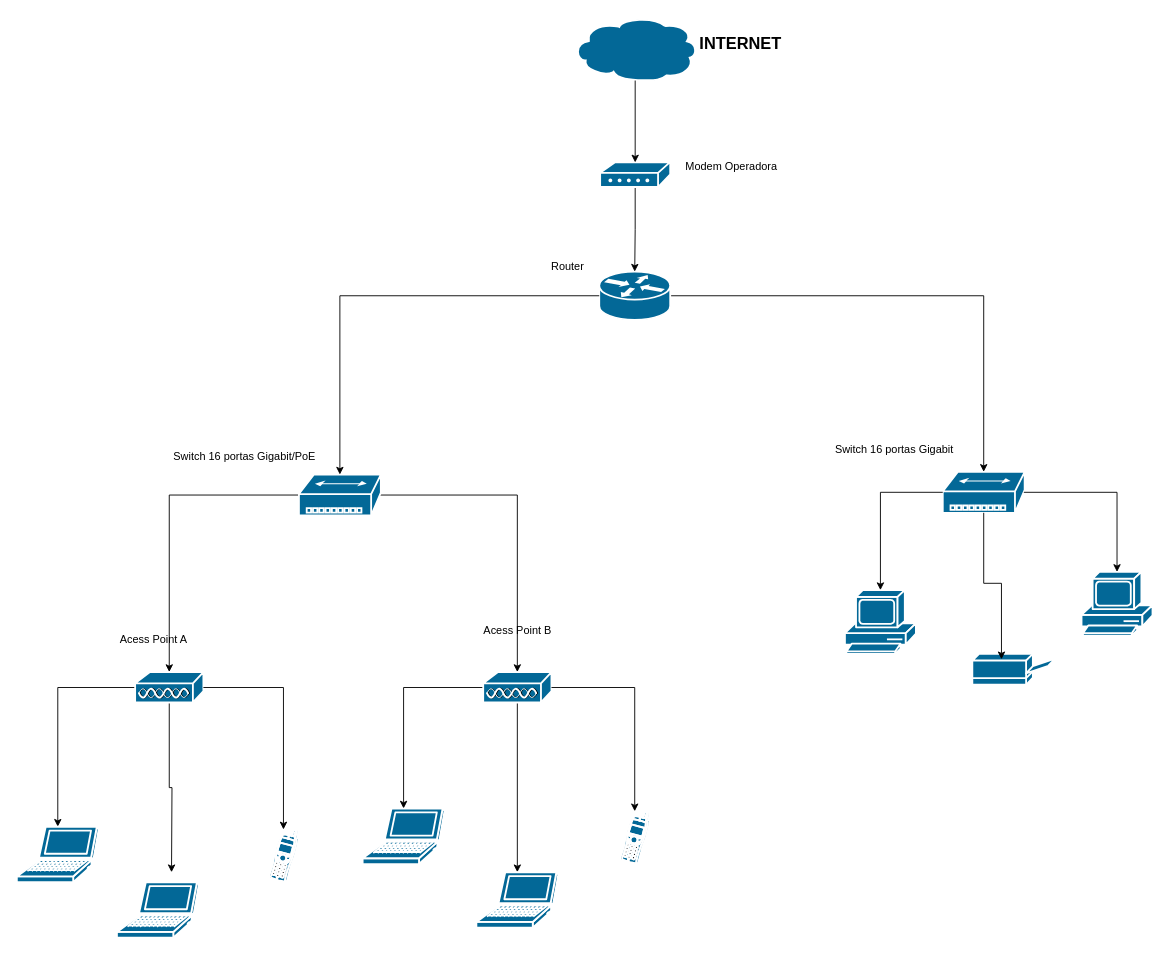
This is CRC.drawio from ffranchini/uml, a draw.io file, before an edit. Source tidied: cells renumbered, new cells numbered last; positions are measured from the earlier drawing's top-left corner, leaving out a move shared by most shapes. Both pictures are drawn from the tidied source at 91%, with x=0, y=0 at pixel (16, 16).
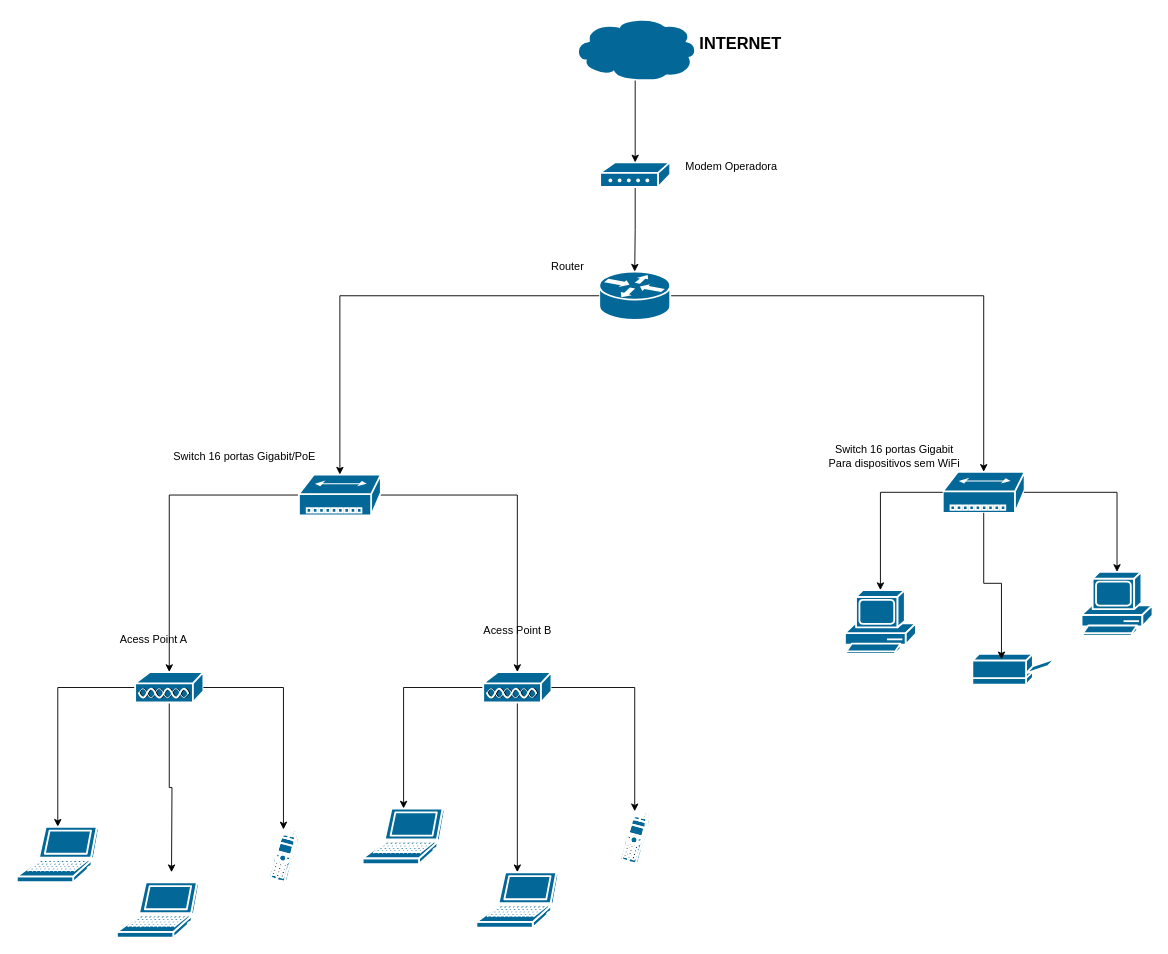
After the change.

The edit, as a diff of the source:
```diff
@@
-    <mxCell id="20" value="Switch 16 portas Gigabit&lt;div&gt;&lt;br&gt;&lt;/div&gt;" style="text;html=1;align=center;verticalAlign=middle;strokeColor=none;fillColor=none;" parent="1" vertex="1">
-      <mxGeometry x="889" y="463" width="150" height="40" as="geometry" />
+    <mxCell id="20" value="Switch 16 portas Gigabit&lt;div&gt;Para dispositivos sem WiFi&lt;/div&gt;" style="text;html=1;align=center;verticalAlign=middle;strokeColor=none;fillColor=none;" parent="1" vertex="1">
+      <mxGeometry x="879" y="463" width="170" height="40" as="geometry" />
     </mxCell>
```
